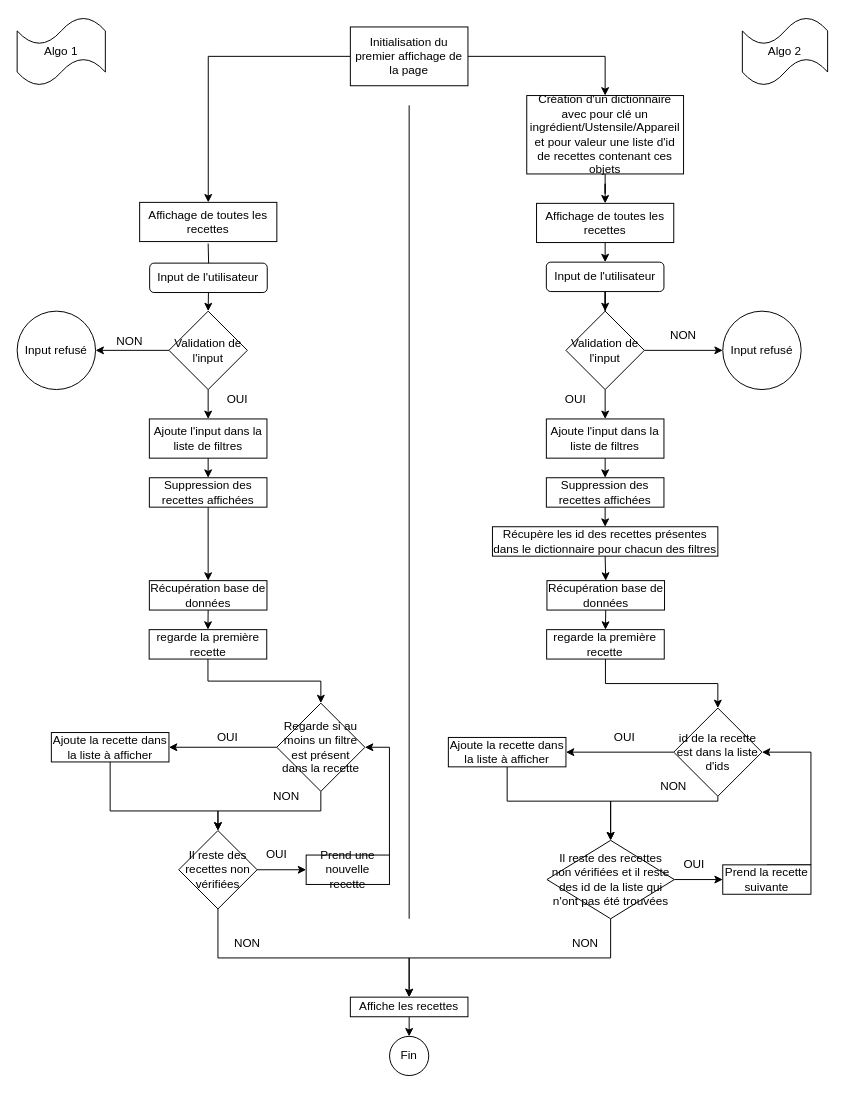
The draw.io diagram Diagramme sans nom.drawio in Antonin81/Les-petits-plats, before the edit. Source tidied: cells renumbered, new cells numbered last; positions are measured from the earlier drawing's top-left corner, leaving out a move shared by most shapes. Both pictures are drawn from the tidied source at 98%, with x=0, y=0 at pixel (17, 17).
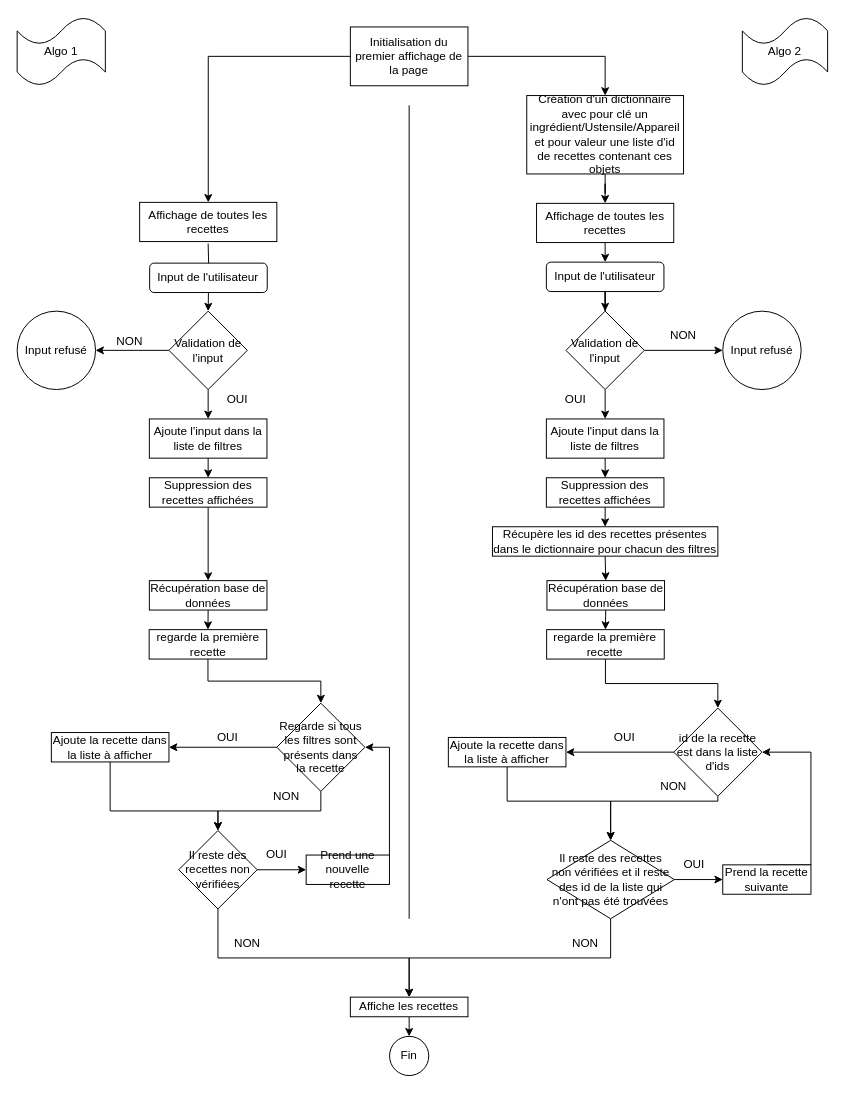
After the change.

Commit message:
Correction Diagramme

What changed in the source:
```diff
@@
-    <mxCell id="37" value="Regarde si au moins un filtre est présent dans la recette" style="rhombus;whiteSpace=wrap;html=1;" parent="1" vertex="1">
+    <mxCell id="37" value="Regarde si tous les filtres sont présents dans la recette" style="rhombus;whiteSpace=wrap;html=1;" parent="1" vertex="1">
       <mxGeometry x="264.9" y="700" width="90" height="90" as="geometry" />
     </mxCell>
```
